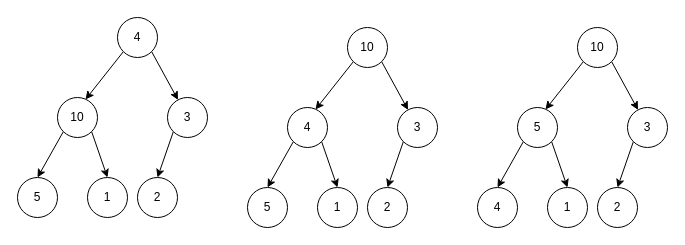
This is algorithm/heapify的过程.drawio from erlieStar/diagrams, a draw.io file, before an edit. Source tidied: cells renumbered, new cells numbered last; positions are measured from the earlier drawing's top-left corner, leaving out a move shared by most shapes. Both pictures are drawn from the tidied source at 100%, with x=0, y=0 at pixel (17, 17).
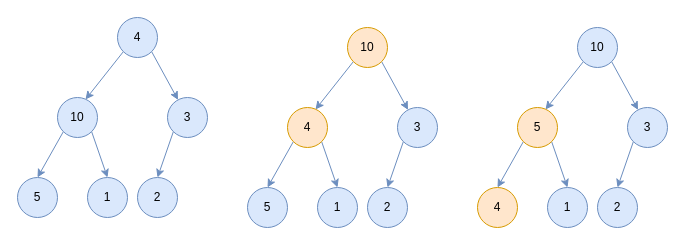
Above is the later version.

The edit, as a diff of the source:
```diff
@@
-    <mxCell id="2" style="rounded=0;jettySize=auto;html=1;exitX=0;exitY=1;exitDx=0;exitDy=0;entryX=0.7;entryY=0.05;entryDx=0;entryDy=0;entryPerimeter=0;" parent="1" edge="1" source="4" target="7">
+    <mxCell id="2" style="rounded=0;jettySize=auto;html=1;exitX=0;exitY=1;exitDx=0;exitDy=0;entryX=0.7;entryY=0.05;entryDx=0;entryDy=0;entryPerimeter=0;fillColor=#dae8fc;strokeColor=#6c8ebf;" parent="1" edge="1" source="4" target="7">
       <mxGeometry relative="1" as="geometry" />
     </mxCell>
-    <mxCell id="3" style="edgeStyle=none;rounded=0;jettySize=auto;html=1;exitX=1;exitY=1;exitDx=0;exitDy=0;" parent="1" edge="1" source="4" target="9">
+    <mxCell id="3" style="edgeStyle=none;rounded=0;jettySize=auto;html=1;exitX=1;exitY=1;exitDx=0;exitDy=0;fillColor=#dae8fc;strokeColor=#6c8ebf;" parent="1" edge="1" source="4" target="9">
       <mxGeometry relative="1" as="geometry" />
     </mxCell>
-    <mxCell id="4" value="4" style="ellipse;whiteSpace=wrap;html=1;" parent="1" vertex="1">
+    <mxCell id="4" value="4" style="ellipse;whiteSpace=wrap;html=1;fillColor=#dae8fc;strokeColor=#6c8ebf;" parent="1" vertex="1">
       <mxGeometry x="100" width="40" height="40" as="geometry" />
     </mxCell>
-    <mxCell id="5" style="edgeStyle=none;rounded=0;jettySize=auto;html=1;exitX=0;exitY=1;exitDx=0;exitDy=0;entryX=0.5;entryY=0;entryDx=0;entryDy=0;" parent="1" edge="1" source="7" target="10">
+    <mxCell id="5" style="edgeStyle=none;rounded=0;jettySize=auto;html=1;exitX=0;exitY=1;exitDx=0;exitDy=0;entryX=0.5;entryY=0;entryDx=0;entryDy=0;fillColor=#dae8fc;strokeColor=#6c8ebf;" parent="1" edge="1" source="7" target="10">
       <mxGeometry relative="1" as="geometry" />
     </mxCell>
-    <mxCell id="6" style="edgeStyle=none;rounded=0;jettySize=auto;html=1;exitX=1;exitY=1;exitDx=0;exitDy=0;entryX=0.5;entryY=0;entryDx=0;entryDy=0;" parent="1" edge="1" source="7" target="11">
+    <mxCell id="6" style="edgeStyle=none;rounded=0;jettySize=auto;html=1;exitX=1;exitY=1;exitDx=0;exitDy=0;entryX=0.5;entryY=0;entryDx=0;entryDy=0;fillColor=#dae8fc;strokeColor=#6c8ebf;" parent="1" edge="1" source="7" target="11">
       <mxGeometry relative="1" as="geometry" />
     </mxCell>
-    <mxCell id="7" value="10" style="ellipse;whiteSpace=wrap;html=1;" parent="1" vertex="1">
+    <mxCell id="7" value="10" style="ellipse;whiteSpace=wrap;html=1;fillColor=#dae8fc;strokeColor=#6c8ebf;" parent="1" vertex="1">
       <mxGeometry x="40" y="80" width="40" height="40" as="geometry" />
     </mxCell>
-    <mxCell id="8" style="edgeStyle=none;rounded=0;jettySize=auto;html=1;exitX=0;exitY=1;exitDx=0;exitDy=0;entryX=0.5;entryY=0;entryDx=0;entryDy=0;" parent="1" edge="1" source="9" target="12">
+    <mxCell id="8" style="edgeStyle=none;rounded=0;jettySize=auto;html=1;exitX=0;exitY=1;exitDx=0;exitDy=0;entryX=0.5;entryY=0;entryDx=0;entryDy=0;fillColor=#dae8fc;strokeColor=#6c8ebf;" parent="1" edge="1" source="9" target="12">
       <mxGeometry relative="1" as="geometry" />
     </mxCell>
-    <mxCell id="9" value="3" style="ellipse;whiteSpace=wrap;html=1;" parent="1" vertex="1">
+    <mxCell id="9" value="3" style="ellipse;whiteSpace=wrap;html=1;fillColor=#dae8fc;strokeColor=#6c8ebf;" parent="1" vertex="1">
       <mxGeometry x="150" y="80" width="40" height="40" as="geometry" />
     </mxCell>
-    <mxCell id="10" value="5" style="ellipse;whiteSpace=wrap;html=1;" parent="1" vertex="1">
+    <mxCell id="10" value="5" style="ellipse;whiteSpace=wrap;html=1;fillColor=#dae8fc;strokeColor=#6c8ebf;" parent="1" vertex="1">
       <mxGeometry y="160" width="40" height="40" as="geometry" />
     </mxCell>
-    <mxCell id="11" value="1" style="ellipse;whiteSpace=wrap;html=1;" parent="1" vertex="1">
+    <mxCell id="11" value="1" style="ellipse;whiteSpace=wrap;html=1;fillColor=#dae8fc;strokeColor=#6c8ebf;" parent="1" vertex="1">
       <mxGeometry x="70" y="160" width="40" height="40" as="geometry" />
     </mxCell>
-    <mxCell id="12" value="2" style="ellipse;whiteSpace=wrap;html=1;" parent="1" vertex="1">
+    <mxCell id="12" value="2" style="ellipse;whiteSpace=wrap;html=1;fillColor=#dae8fc;strokeColor=#6c8ebf;" parent="1" vertex="1">
       <mxGeometry x="120" y="160" width="40" height="40" as="geometry" />
     </mxCell>
-    <mxCell id="13" style="rounded=0;jettySize=auto;html=1;exitX=0;exitY=1;exitDx=0;exitDy=0;entryX=0.7;entryY=0.05;entryDx=0;entryDy=0;entryPerimeter=0;" parent="1" edge="1" source="15" target="18">
+    <mxCell id="13" style="rounded=0;jettySize=auto;html=1;exitX=0;exitY=1;exitDx=0;exitDy=0;entryX=0.7;entryY=0.05;entryDx=0;entryDy=0;entryPerimeter=0;fillColor=#dae8fc;strokeColor=#6c8ebf;" parent="1" edge="1" source="15" target="18">
       <mxGeometry relative="1" as="geometry" />
     </mxCell>
-    <mxCell id="14" style="edgeStyle=none;rounded=0;jettySize=auto;html=1;exitX=1;exitY=1;exitDx=0;exitDy=0;" parent="1" edge="1" source="15" target="20">
+    <mxCell id="14" style="edgeStyle=none;rounded=0;jettySize=auto;html=1;exitX=1;exitY=1;exitDx=0;exitDy=0;fillColor=#dae8fc;strokeColor=#6c8ebf;" parent="1" edge="1" source="15" target="20">
       <mxGeometry relative="1" as="geometry" />
     </mxCell>
-    <mxCell id="15" value="10" style="ellipse;whiteSpace=wrap;html=1;" parent="1" vertex="1">
+    <mxCell id="15" value="10" style="ellipse;whiteSpace=wrap;html=1;fillColor=#ffe6cc;strokeColor=#d79b00;" parent="1" vertex="1">
       <mxGeometry x="330" y="10" width="40" height="40" as="geometry" />
     </mxCell>
-    <mxCell id="16" style="edgeStyle=none;rounded=0;jettySize=auto;html=1;exitX=0;exitY=1;exitDx=0;exitDy=0;entryX=0.5;entryY=0;entryDx=0;entryDy=0;" parent="1" edge="1" source="18" target="21">
+    <mxCell id="16" style="edgeStyle=none;rounded=0;jettySize=auto;html=1;exitX=0;exitY=1;exitDx=0;exitDy=0;entryX=0.5;entryY=0;entryDx=0;entryDy=0;fillColor=#dae8fc;strokeColor=#6c8ebf;" parent="1" edge="1" source="18" target="21">
       <mxGeometry relative="1" as="geometry" />
     </mxCell>
-    <mxCell id="17" style="edgeStyle=none;rounded=0;jettySize=auto;html=1;exitX=1;exitY=1;exitDx=0;exitDy=0;entryX=0.5;entryY=0;entryDx=0;entryDy=0;" parent="1" edge="1" source="18" target="22">
+    <mxCell id="17" style="edgeStyle=none;rounded=0;jettySize=auto;html=1;exitX=1;exitY=1;exitDx=0;exitDy=0;entryX=0.5;entryY=0;entryDx=0;entryDy=0;fillColor=#dae8fc;strokeColor=#6c8ebf;" parent="1" edge="1" source="18" target="22">
       <mxGeometry relative="1" as="geometry" />
     </mxCell>
-    <mxCell id="18" value="4" style="ellipse;whiteSpace=wrap;html=1;" parent="1" vertex="1">
+    <mxCell id="18" value="4" style="ellipse;whiteSpace=wrap;html=1;fillColor=#ffe6cc;strokeColor=#d79b00;" parent="1" vertex="1">
       <mxGeometry x="270" y="90" width="40" height="40" as="geometry" />
     </mxCell>
-    <mxCell id="19" style="edgeStyle=none;rounded=0;jettySize=auto;html=1;exitX=0;exitY=1;exitDx=0;exitDy=0;entryX=0.5;entryY=0;entryDx=0;entryDy=0;" parent="1" edge="1" source="20" target="23">
+    <mxCell id="19" style="edgeStyle=none;rounded=0;jettySize=auto;html=1;exitX=0;exitY=1;exitDx=0;exitDy=0;entryX=0.5;entryY=0;entryDx=0;entryDy=0;fillColor=#dae8fc;strokeColor=#6c8ebf;" parent="1" edge="1" source="20" target="23">
       <mxGeometry relative="1" as="geometry" />
     </mxCell>
-    <mxCell id="20" value="3" style="ellipse;whiteSpace=wrap;html=1;" parent="1" vertex="1">
+    <mxCell id="20" value="3" style="ellipse;whiteSpace=wrap;html=1;fillColor=#dae8fc;strokeColor=#6c8ebf;" parent="1" vertex="1">
       <mxGeometry x="380" y="90" width="40" height="40" as="geometry" />
     </mxCell>
-    <mxCell id="21" value="5" style="ellipse;whiteSpace=wrap;html=1;" parent="1" vertex="1">
+    <mxCell id="21" value="5" style="ellipse;whiteSpace=wrap;html=1;fillColor=#dae8fc;strokeColor=#6c8ebf;" parent="1" vertex="1">
       <mxGeometry x="230" y="170" width="40" height="40" as="geometry" />
     </mxCell>
-    <mxCell id="22" value="1" style="ellipse;whiteSpace=wrap;html=1;" parent="1" vertex="1">
+    <mxCell id="22" value="1" style="ellipse;whiteSpace=wrap;html=1;fillColor=#dae8fc;strokeColor=#6c8ebf;" parent="1" vertex="1">
       <mxGeometry x="300" y="170" width="40" height="40" as="geometry" />
     </mxCell>
-    <mxCell id="23" value="2" style="ellipse;whiteSpace=wrap;html=1;" parent="1" vertex="1">
+    <mxCell id="23" value="2" style="ellipse;whiteSpace=wrap;html=1;fillColor=#dae8fc;strokeColor=#6c8ebf;" parent="1" vertex="1">
       <mxGeometry x="350" y="170" width="40" height="40" as="geometry" />
     </mxCell>
-    <mxCell id="24" style="rounded=0;jettySize=auto;html=1;exitX=0;exitY=1;exitDx=0;exitDy=0;entryX=0.7;entryY=0.05;entryDx=0;entryDy=0;entryPerimeter=0;" parent="1" edge="1" source="26" target="29">
+    <mxCell id="24" style="rounded=0;jettySize=auto;html=1;exitX=0;exitY=1;exitDx=0;exitDy=0;entryX=0.7;entryY=0.05;entryDx=0;entryDy=0;entryPerimeter=0;fillColor=#dae8fc;strokeColor=#6c8ebf;" parent="1" edge="1" source="26" target="29">
       <mxGeometry relative="1" as="geometry" />
     </mxCell>
-    <mxCell id="25" style="edgeStyle=none;rounded=0;jettySize=auto;html=1;exitX=1;exitY=1;exitDx=0;exitDy=0;" parent="1" edge="1" source="26" target="31">
+    <mxCell id="25" style="edgeStyle=none;rounded=0;jettySize=auto;html=1;exitX=1;exitY=1;exitDx=0;exitDy=0;fillColor=#dae8fc;strokeColor=#6c8ebf;" parent="1" edge="1" source="26" target="31">
       <mxGeometry relative="1" as="geometry" />
     </mxCell>
-    <mxCell id="26" value="10" style="ellipse;whiteSpace=wrap;html=1;" parent="1" vertex="1">
+    <mxCell id="26" value="10" style="ellipse;whiteSpace=wrap;html=1;fillColor=#dae8fc;strokeColor=#6c8ebf;" parent="1" vertex="1">
       <mxGeometry x="560" y="10" width="40" height="40" as="geometry" />
     </mxCell>
-    <mxCell id="27" style="edgeStyle=none;rounded=0;jettySize=auto;html=1;exitX=0;exitY=1;exitDx=0;exitDy=0;entryX=0.5;entryY=0;entryDx=0;entryDy=0;" parent="1" edge="1" source="29" target="32">
+    <mxCell id="27" style="edgeStyle=none;rounded=0;jettySize=auto;html=1;exitX=0;exitY=1;exitDx=0;exitDy=0;entryX=0.5;entryY=0;entryDx=0;entryDy=0;fillColor=#dae8fc;strokeColor=#6c8ebf;" parent="1" edge="1" source="29" target="32">
       <mxGeometry relative="1" as="geometry" />
     </mxCell>
-    <mxCell id="28" style="edgeStyle=none;rounded=0;jettySize=auto;html=1;exitX=1;exitY=1;exitDx=0;exitDy=0;entryX=0.5;entryY=0;entryDx=0;entryDy=0;" parent="1" edge="1" source="29" target="33">
+    <mxCell id="28" style="edgeStyle=none;rounded=0;jettySize=auto;html=1;exitX=1;exitY=1;exitDx=0;exitDy=0;entryX=0.5;entryY=0;entryDx=0;entryDy=0;fillColor=#dae8fc;strokeColor=#6c8ebf;" parent="1" edge="1" source="29" target="33">
       <mxGeometry relative="1" as="geometry" />
     </mxCell>
-    <mxCell id="29" value="5" style="ellipse;whiteSpace=wrap;html=1;" parent="1" vertex="1">
+    <mxCell id="29" value="5" style="ellipse;whiteSpace=wrap;html=1;fillColor=#ffe6cc;strokeColor=#d79b00;" parent="1" vertex="1">
       <mxGeometry x="500" y="90" width="40" height="40" as="geometry" />
     </mxCell>
-    <mxCell id="30" style="edgeStyle=none;rounded=0;jettySize=auto;html=1;exitX=0;exitY=1;exitDx=0;exitDy=0;entryX=0.5;entryY=0;entryDx=0;entryDy=0;" parent="1" edge="1" source="31" target="34">
+    <mxCell id="30" style="edgeStyle=none;rounded=0;jettySize=auto;html=1;exitX=0;exitY=1;exitDx=0;exitDy=0;entryX=0.5;entryY=0;entryDx=0;entryDy=0;fillColor=#dae8fc;strokeColor=#6c8ebf;" parent="1" edge="1" source="31" target="34">
       <mxGeometry relative="1" as="geometry" />
     </mxCell>
-    <mxCell id="31" value="3" style="ellipse;whiteSpace=wrap;html=1;" parent="1" vertex="1">
+    <mxCell id="31" value="3" style="ellipse;whiteSpace=wrap;html=1;fillColor=#dae8fc;strokeColor=#6c8ebf;" parent="1" vertex="1">
       <mxGeometry x="610" y="90" width="40" height="40" as="geometry" />
     </mxCell>
-    <mxCell id="32" value="4" style="ellipse;whiteSpace=wrap;html=1;" parent="1" vertex="1">
+    <mxCell id="32" value="4" style="ellipse;whiteSpace=wrap;html=1;fillColor=#ffe6cc;strokeColor=#d79b00;" parent="1" vertex="1">
       <mxGeometry x="460" y="170" width="40" height="40" as="geometry" />
     </mxCell>
-    <mxCell id="33" value="1" style="ellipse;whiteSpace=wrap;html=1;" parent="1" vertex="1">
+    <mxCell id="33" value="1" style="ellipse;whiteSpace=wrap;html=1;fillColor=#dae8fc;strokeColor=#6c8ebf;" parent="1" vertex="1">
       <mxGeometry x="530" y="170" width="40" height="40" as="geometry" />
     </mxCell>
-    <mxCell id="34" value="2" style="ellipse;whiteSpace=wrap;html=1;" parent="1" vertex="1">
+    <mxCell id="34" value="2" style="ellipse;whiteSpace=wrap;html=1;fillColor=#dae8fc;strokeColor=#6c8ebf;" parent="1" vertex="1">
       <mxGeometry x="580" y="170" width="40" height="40" as="geometry" />
     </mxCell>
```
